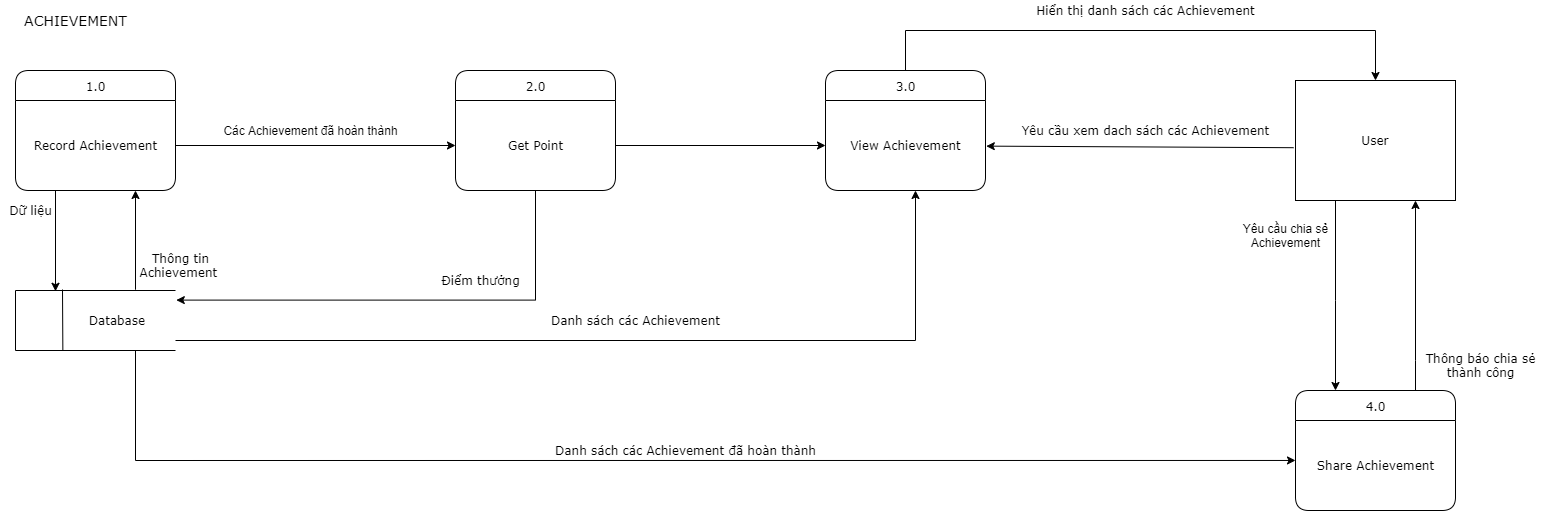
Earlier version of the draw.io export ToDoApp-Doc/Document/Diagram/DFD/Achievement/Achievement.png (Merevoli-DatLuu/To-Do-App). Source tidied: cells renumbered, new cells last; positions are measured from the earlier drawing's top-left corner, leaving out a move shared by most shapes. Its diagram source:
```xml
<mxGraphModel background="#FFFFFF">
  <root>
    <mxCell id="0" />
    <mxCell id="1" parent="0" />
    <mxCell id="2" style="edgeStyle=orthogonalEdgeStyle;rounded=0;jettySize=auto;html=1;entryX=0.5;entryY=0;entryDx=0;entryDy=0;" parent="1" edge="1" source="3" target="7">
      <mxGeometry relative="1" as="geometry">
        <Array as="points">
          <mxPoint x="905" y="30" />
          <mxPoint x="1375" y="30" />
        </Array>
      </mxGeometry>
    </mxCell>
    <mxCell id="3" value="&lt;font face=&quot;Verdana&quot; style=&quot;font-size: 12px&quot;&gt;3.0&lt;/font&gt;" style="swimlane;horizontal=1;startSize=30;rounded=1;fontSize=14;fontStyle=0;strokeWidth=1;shadow=0;dashed=0;align=center;html=1;" parent="1" vertex="1">
      <mxGeometry x="825" y="70" width="160" height="120" as="geometry" />
    </mxCell>
    <mxCell id="4" value="&lt;font face=&quot;Verdana&quot; style=&quot;font-size: 12px&quot;&gt;View Achievement&lt;/font&gt;" style="text;html=1;align=center;verticalAlign=middle;points=[];" parent="3" vertex="1">
      <mxGeometry y="30" width="160" height="90" as="geometry" />
    </mxCell>
    <mxCell id="5" style="edgeStyle=none;rounded=0;jettySize=auto;html=1;entryX=1.005;entryY=0.507;entryDx=0;entryDy=0;entryPerimeter=0;exitX=-0.012;exitY=0.56;exitDx=0;exitDy=0;exitPerimeter=0;" parent="1" edge="1" source="7" target="4">
      <mxGeometry relative="1" as="geometry" />
    </mxCell>
    <mxCell id="6" style="edgeStyle=orthogonalEdgeStyle;rounded=0;jettySize=auto;html=1;" parent="1" edge="1" source="7" target="26">
      <mxGeometry relative="1" as="geometry">
        <Array as="points">
          <mxPoint x="1335" y="300" />
          <mxPoint x="1335" y="300" />
        </Array>
      </mxGeometry>
    </mxCell>
    <mxCell id="7" value="&lt;font face=&quot;Verdana&quot;&gt;User&lt;/font&gt;" style="rounded=0;whiteSpace=wrap;html=1;" parent="1" vertex="1">
      <mxGeometry x="1295" y="80" width="160" height="120" as="geometry" />
    </mxCell>
    <mxCell id="8" style="group;" parent="1" vertex="1">
      <mxGeometry x="15" y="289" width="160" height="61" as="geometry" />
    </mxCell>
    <mxCell id="9" value="&lt;font face=&quot;Verdana&quot;&gt;&amp;nbsp; &amp;nbsp; &amp;nbsp; &amp;nbsp; &amp;nbsp; &amp;nbsp; &amp;nbsp; &amp;nbsp; &amp;nbsp;Database&lt;/font&gt;" style="strokeWidth=1;html=1;shape=mxgraph.flowchart.annotation_1;align=left;" parent="8" vertex="1">
      <mxGeometry y="1" width="160" height="60" as="geometry" />
    </mxCell>
    <mxCell id="10" style="endArrow=none;html=1;entryX=0.296;entryY=1.006;entryDx=0;entryDy=0;entryPerimeter=0;" parent="8" edge="1" target="9">
      <mxGeometry y="-27" relative="1" as="geometry">
        <mxPoint x="47" as="sourcePoint" />
      </mxGeometry>
    </mxCell>
    <mxCell id="11" value="&lt;font face=&quot;Verdana&quot; style=&quot;font-size: 12px&quot;&gt;1.0&lt;/font&gt;" style="swimlane;horizontal=1;startSize=30;rounded=1;fontSize=14;fontStyle=0;strokeWidth=1;shadow=0;dashed=0;align=center;html=1;" parent="1" vertex="1">
      <mxGeometry x="15" y="70" width="160" height="120" as="geometry" />
    </mxCell>
    <mxCell id="12" value="&lt;font face=&quot;Verdana&quot;&gt;Record Achievement&lt;/font&gt;" style="text;html=1;align=center;verticalAlign=middle;points=[];" parent="11" vertex="1">
      <mxGeometry y="30" width="160" height="90" as="geometry" />
    </mxCell>
    <mxCell id="13" style="edgeStyle=none;rounded=0;jettySize=auto;html=1;entryX=0.25;entryY=0.013;entryDx=0;entryDy=0;entryPerimeter=0;exitX=0.25;exitY=1;exitDx=0;exitDy=0;exitPerimeter=0;" parent="1" edge="1" source="12" target="9">
      <mxGeometry relative="1" as="geometry" />
    </mxCell>
    <mxCell id="14" value="&lt;font face=&quot;Verdana&quot;&gt;Dữ liệu&lt;/font&gt;" style="text;html=1;align=center;verticalAlign=middle;" parent="1" vertex="1">
      <mxGeometry y="200" width="60" height="20" as="geometry" />
    </mxCell>
    <mxCell id="15" style="edgeStyle=none;rounded=0;jettySize=auto;html=1;exitX=0.75;exitY=-0.013;exitDx=0;exitDy=0;exitPerimeter=0;" parent="1" edge="1" source="9">
      <mxGeometry relative="1" as="geometry">
        <mxPoint x="135" y="190" as="targetPoint" />
      </mxGeometry>
    </mxCell>
    <mxCell id="16" value="&lt;font face=&quot;Verdana&quot;&gt;Thông tin&lt;br&gt;Achievement&amp;nbsp;&lt;/font&gt;" style="text;html=1;align=center;verticalAlign=middle;" parent="1" vertex="1">
      <mxGeometry x="130" y="250" width="100" height="30" as="geometry" />
    </mxCell>
    <mxCell id="17" style="edgeStyle=none;rounded=0;jettySize=auto;html=1;" parent="1" edge="1" source="12" target="20">
      <mxGeometry relative="1" as="geometry" />
    </mxCell>
    <mxCell id="18" value="Các Achievement đã hoàn thành" style="text;html=1;align=center;verticalAlign=middle;" parent="1" vertex="1">
      <mxGeometry x="215" y="120" width="190" height="20" as="geometry" />
    </mxCell>
    <mxCell id="19" value="&lt;font face=&quot;Verdana&quot; style=&quot;font-size: 12px&quot;&gt;2.0&lt;/font&gt;" style="swimlane;horizontal=1;startSize=30;rounded=1;fontSize=14;fontStyle=0;strokeWidth=1;shadow=0;dashed=0;align=center;html=1;" parent="1" vertex="1">
      <mxGeometry x="455" y="70" width="160" height="120" as="geometry" />
    </mxCell>
    <mxCell id="20" value="&lt;font face=&quot;Verdana&quot;&gt;Get Point&lt;/font&gt;" style="text;html=1;align=center;verticalAlign=middle;points=[];" parent="19" vertex="1">
      <mxGeometry y="30" width="160" height="90" as="geometry" />
    </mxCell>
    <mxCell id="21" value="&lt;font face=&quot;Verdana&quot;&gt;Điểm thưởng&lt;/font&gt;" style="text;html=1;align=center;verticalAlign=middle;" parent="1" vertex="1">
      <mxGeometry x="435" y="270" width="90" height="20" as="geometry" />
    </mxCell>
    <mxCell id="22" style="edgeStyle=orthogonalEdgeStyle;rounded=0;jettySize=auto;html=1;" parent="1" edge="1" source="20" target="4">
      <mxGeometry relative="1" as="geometry" />
    </mxCell>
    <mxCell id="23" value="&lt;font face=&quot;Verdana&quot;&gt;Yêu cầu xem dach sách các Achievement&lt;/font&gt;" style="text;html=1;align=center;verticalAlign=middle;" parent="1" vertex="1">
      <mxGeometry x="1015" y="120" width="260" height="20" as="geometry" />
    </mxCell>
    <mxCell id="24" style="edgeStyle=orthogonalEdgeStyle;rounded=0;jettySize=auto;html=1;entryX=1.005;entryY=0.16;entryDx=0;entryDy=0;entryPerimeter=0;" parent="1" edge="1" source="20" target="9">
      <mxGeometry relative="1" as="geometry">
        <Array as="points">
          <mxPoint x="535" y="300" />
        </Array>
      </mxGeometry>
    </mxCell>
    <mxCell id="25" value="&lt;font face=&quot;Verdana&quot;&gt;Danh sách các Achievement&lt;/font&gt;" style="text;html=1;align=center;verticalAlign=middle;" parent="1" vertex="1">
      <mxGeometry x="545" y="309.5" width="180" height="20" as="geometry" />
    </mxCell>
    <mxCell id="26" value="&lt;font face=&quot;Verdana&quot; style=&quot;font-size: 12px&quot;&gt;4.0&lt;/font&gt;" style="swimlane;horizontal=1;startSize=30;rounded=1;fontSize=14;fontStyle=0;strokeWidth=1;shadow=0;dashed=0;align=center;html=1;" parent="1" vertex="1">
      <mxGeometry x="1295" y="390" width="160" height="120" as="geometry" />
    </mxCell>
    <mxCell id="27" value="&lt;font face=&quot;Verdana&quot;&gt;Share Achievement&lt;/font&gt;" style="text;html=1;align=center;verticalAlign=middle;points=[];" parent="26" vertex="1">
      <mxGeometry y="30" width="160" height="90" as="geometry" />
    </mxCell>
    <mxCell id="28" value="Yêu cầu chia sẻ&lt;br&gt;Achievement" style="text;html=1;align=center;verticalAlign=middle;" parent="1" vertex="1">
      <mxGeometry x="1235" y="220" width="100" height="30" as="geometry" />
    </mxCell>
    <mxCell id="29" value="&lt;font face=&quot;Verdana&quot;&gt;Danh sách các Achievement đã hoàn thành&lt;/font&gt;" style="text;html=1;align=center;verticalAlign=middle;" parent="1" vertex="1">
      <mxGeometry x="545" y="440" width="280" height="20" as="geometry" />
    </mxCell>
    <mxCell id="30" value="&lt;font style=&quot;font-size: 14px&quot; face=&quot;Verdana&quot;&gt;ACHIEVEMENT&lt;/font&gt;" style="text;html=1;align=center;verticalAlign=middle;" parent="1" vertex="1">
      <mxGeometry x="15" y="10" width="120" height="20" as="geometry" />
    </mxCell>
    <mxCell id="31" style="edgeStyle=orthogonalEdgeStyle;rounded=0;jettySize=auto;html=1;entryX=0;entryY=0.444;entryDx=0;entryDy=0;entryPerimeter=0;" parent="1" edge="1" source="9" target="27">
      <mxGeometry relative="1" as="geometry">
        <Array as="points">
          <mxPoint x="135" y="460" />
        </Array>
      </mxGeometry>
    </mxCell>
    <mxCell id="32" style="edgeStyle=orthogonalEdgeStyle;rounded=0;jettySize=auto;html=1;" parent="1" edge="1" source="9">
      <mxGeometry relative="1" as="geometry">
        <mxPoint x="915" y="190" as="targetPoint" />
        <Array as="points">
          <mxPoint x="915" y="340" />
        </Array>
      </mxGeometry>
    </mxCell>
    <mxCell id="33" value="&lt;font face=&quot;Verdana&quot;&gt;Hiển thị danh sách các Achievement&lt;/font&gt;" style="text;html=1;align=center;verticalAlign=middle;" parent="1" vertex="1">
      <mxGeometry x="1030" width="230" height="20" as="geometry" />
    </mxCell>
    <mxCell id="34" style="edgeStyle=orthogonalEdgeStyle;rounded=0;jettySize=auto;html=1;entryX=0.75;entryY=1;entryDx=0;entryDy=0;" parent="1" edge="1" target="7">
      <mxGeometry relative="1" as="geometry">
        <mxPoint x="1415" y="390" as="sourcePoint" />
        <Array as="points">
          <mxPoint x="1415" y="360" />
          <mxPoint x="1415" y="360" />
        </Array>
      </mxGeometry>
    </mxCell>
    <mxCell id="35" value="&lt;font face=&quot;Verdana&quot;&gt;Thông báo chia sẻ&lt;br&gt;thành công&lt;br&gt;&lt;/font&gt;" style="text;html=1;align=center;verticalAlign=middle;" parent="1" vertex="1">
      <mxGeometry x="1415" y="350" width="130" height="30" as="geometry" />
    </mxCell>
  </root>
</mxGraphModel>
```
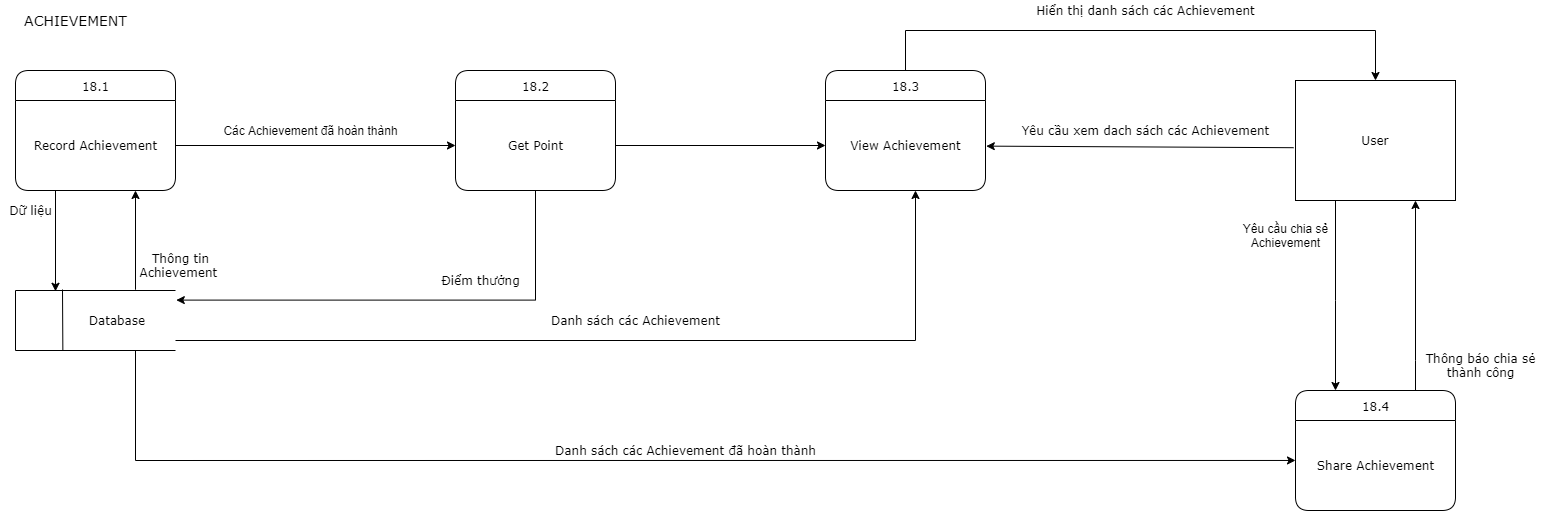
After the commit.

Commit message:
[Modified] : Achievement_DFD Image

What changed in the source:
```diff
@@ -10,7 +10,7 @@
         </Array>
       </mxGeometry>
     </mxCell>
-    <mxCell id="3" value="&lt;font face=&quot;Verdana&quot; style=&quot;font-size: 12px&quot;&gt;3.0&lt;/font&gt;" style="swimlane;horizontal=1;startSize=30;rounded=1;fontSize=14;fontStyle=0;strokeWidth=1;shadow=0;dashed=0;align=center;html=1;" parent="1" vertex="1">
+    <mxCell id="3" value="&lt;font face=&quot;Verdana&quot; style=&quot;font-size: 12px&quot;&gt;18.3&lt;/font&gt;" style="swimlane;horizontal=1;startSize=30;rounded=1;fontSize=14;fontStyle=0;strokeWidth=1;shadow=0;dashed=0;align=center;html=1;" parent="1" vertex="1">
       <mxGeometry x="825" y="70" width="160" height="120" as="geometry" />
     </mxCell>
     <mxCell id="4" value="&lt;font face=&quot;Verdana&quot; style=&quot;font-size: 12px&quot;&gt;View Achievement&lt;/font&gt;" style="text;html=1;align=center;verticalAlign=middle;points=[];" parent="3" vertex="1">
@@ -41,7 +41,7 @@
         <mxPoint x="47" as="sourcePoint" />
       </mxGeometry>
     </mxCell>
-    <mxCell id="11" value="&lt;font face=&quot;Verdana&quot; style=&quot;font-size: 12px&quot;&gt;1.0&lt;/font&gt;" style="swimlane;horizontal=1;startSize=30;rounded=1;fontSize=14;fontStyle=0;strokeWidth=1;shadow=0;dashed=0;align=center;html=1;" parent="1" vertex="1">
+    <mxCell id="11" value="&lt;font face=&quot;Verdana&quot;&gt;&lt;span style=&quot;font-size: 12px&quot;&gt;18.1&lt;/span&gt;&lt;/font&gt;" style="swimlane;horizontal=1;startSize=30;rounded=1;fontSize=14;fontStyle=0;strokeWidth=1;shadow=0;dashed=0;align=center;html=1;" parent="1" vertex="1">
       <mxGeometry x="15" y="70" width="160" height="120" as="geometry" />
     </mxCell>
     <mxCell id="12" value="&lt;font face=&quot;Verdana&quot;&gt;Record Achievement&lt;/font&gt;" style="text;html=1;align=center;verticalAlign=middle;points=[];" parent="11" vertex="1">
@@ -67,7 +67,7 @@
     <mxCell id="18" value="Các Achievement đã hoàn thành" style="text;html=1;align=center;verticalAlign=middle;" parent="1" vertex="1">
       <mxGeometry x="215" y="120" width="190" height="20" as="geometry" />
     </mxCell>
-    <mxCell id="19" value="&lt;font face=&quot;Verdana&quot; style=&quot;font-size: 12px&quot;&gt;2.0&lt;/font&gt;" style="swimlane;horizontal=1;startSize=30;rounded=1;fontSize=14;fontStyle=0;strokeWidth=1;shadow=0;dashed=0;align=center;html=1;" parent="1" vertex="1">
+    <mxCell id="19" value="&lt;font face=&quot;Verdana&quot; style=&quot;font-size: 12px&quot;&gt;18.2&lt;/font&gt;" style="swimlane;horizontal=1;startSize=30;rounded=1;fontSize=14;fontStyle=0;strokeWidth=1;shadow=0;dashed=0;align=center;html=1;" parent="1" vertex="1">
       <mxGeometry x="455" y="70" width="160" height="120" as="geometry" />
     </mxCell>
     <mxCell id="20" value="&lt;font face=&quot;Verdana&quot;&gt;Get Point&lt;/font&gt;" style="text;html=1;align=center;verticalAlign=middle;points=[];" parent="19" vertex="1">
@@ -92,7 +92,7 @@
     <mxCell id="25" value="&lt;font face=&quot;Verdana&quot;&gt;Danh sách các Achievement&lt;/font&gt;" style="text;html=1;align=center;verticalAlign=middle;" parent="1" vertex="1">
       <mxGeometry x="545" y="309.5" width="180" height="20" as="geometry" />
     </mxCell>
-    <mxCell id="26" value="&lt;font face=&quot;Verdana&quot; style=&quot;font-size: 12px&quot;&gt;4.0&lt;/font&gt;" style="swimlane;horizontal=1;startSize=30;rounded=1;fontSize=14;fontStyle=0;strokeWidth=1;shadow=0;dashed=0;align=center;html=1;" parent="1" vertex="1">
+    <mxCell id="26" value="&lt;font face=&quot;Verdana&quot; style=&quot;font-size: 12px&quot;&gt;18.4&lt;/font&gt;" style="swimlane;horizontal=1;startSize=30;rounded=1;fontSize=14;fontStyle=0;strokeWidth=1;shadow=0;dashed=0;align=center;html=1;" parent="1" vertex="1">
       <mxGeometry x="1295" y="390" width="160" height="120" as="geometry" />
     </mxCell>
     <mxCell id="27" value="&lt;font face=&quot;Verdana&quot;&gt;Share Achievement&lt;/font&gt;" style="text;html=1;align=center;verticalAlign=middle;points=[];" parent="26" vertex="1">
```
